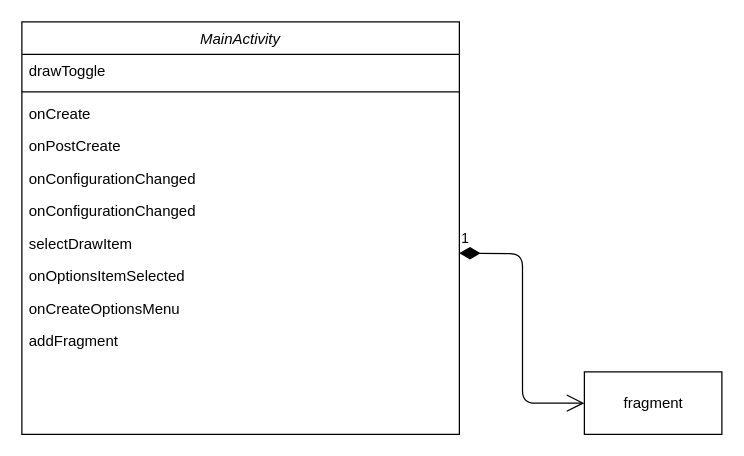
Earlier version of the draw.io diagram main_activity.drawio (obsidianhead/mobile-diagrams). Source tidied: cells renumbered, new cells numbered last; positions are measured from the earlier drawing's top-left corner, leaving out a move shared by most shapes. Both pictures are drawn from the tidied source at 125%, with x=0, y=0 at pixel (21, 21).
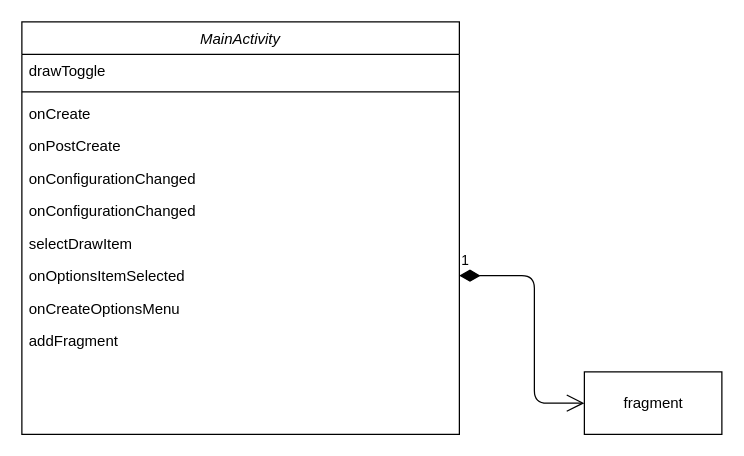
The same page after the edit.

What changed in the source:
```diff
@@
 <mxGraphModel>
   <root>
     <mxCell id="0" />
     <mxCell id="1" parent="0" />
     <mxCell id="2" value="MainActivity" style="swimlane;fontStyle=2;align=center;verticalAlign=top;horizontal=1;startSize=26;rounded=0;shadow=0;strokeWidth=1;" parent="1" vertex="1">
       <mxGeometry width="350" height="330" as="geometry" />
     </mxCell>
     <mxCell id="3" value="drawToggle" style="text;align=left;verticalAlign=top;spacingLeft=4;spacingRight=4;overflow=hidden;" parent="2" vertex="1">
       <mxGeometry y="26" width="350" height="26" as="geometry" />
     </mxCell>
     <mxCell id="4" style="line;html=1;strokeWidth=1;align=left;verticalAlign=middle;spacingTop=-1;spacingLeft=3;spacingRight=3;labelPosition=right;" parent="2" vertex="1">
       <mxGeometry y="52" width="350" height="8" as="geometry" />
     </mxCell>
     <mxCell id="5" value="onCreate" style="text;align=left;verticalAlign=top;spacingLeft=4;spacingRight=4;overflow=hidden;" parent="2" vertex="1">
       <mxGeometry y="60" width="350" height="26" as="geometry" />
     </mxCell>
     <mxCell id="6" value="onPostCreate" style="text;align=left;verticalAlign=top;spacingLeft=4;spacingRight=4;overflow=hidden;" parent="2" vertex="1">
       <mxGeometry y="86" width="350" height="26" as="geometry" />
     </mxCell>
     <mxCell id="7" value="onConfigurationChanged" style="text;align=left;verticalAlign=top;spacingLeft=4;spacingRight=4;overflow=hidden;" parent="2" vertex="1">
       <mxGeometry y="112" width="350" height="26" as="geometry" />
     </mxCell>
     <mxCell id="8" value="onConfigurationChanged" style="text;align=left;verticalAlign=top;spacingLeft=4;spacingRight=4;overflow=hidden;" parent="2" vertex="1">
       <mxGeometry y="138" width="350" height="26" as="geometry" />
     </mxCell>
     <mxCell id="9" value="selectDrawItem" style="text;align=left;verticalAlign=top;spacingLeft=4;spacingRight=4;overflow=hidden;" parent="2" vertex="1">
       <mxGeometry y="164" width="350" height="26" as="geometry" />
     </mxCell>
     <mxCell id="10" value="onOptionsItemSelected" style="text;align=left;verticalAlign=top;spacingLeft=4;spacingRight=4;overflow=hidden;points=[[0,0.5],[1,0.5]];portConstraint=eastwest;" parent="2" vertex="1">
       <mxGeometry y="190" width="350" height="26" as="geometry" />
     </mxCell>
     <mxCell id="11" value="onCreateOptionsMenu" style="text;align=left;verticalAlign=top;spacingLeft=4;spacingRight=4;overflow=hidden;" parent="2" vertex="1">
       <mxGeometry y="216" width="350" height="26" as="geometry" />
     </mxCell>
     <mxCell id="12" value="addFragment" style="text;align=left;verticalAlign=top;spacingLeft=4;spacingRight=4;overflow=hidden;" parent="2" vertex="1">
       <mxGeometry y="242" width="350" height="26" as="geometry" />
     </mxCell>
     <mxCell id="13" value="fragment" style="html=1;" parent="1" vertex="1">
       <mxGeometry x="450" y="280" width="110" height="50" as="geometry" />
     </mxCell>
-    <mxCell id="14" value="1" style="endArrow=open;html=1;endSize=12;startArrow=diamondThin;startSize=14;startFill=1;edgeStyle=orthogonalEdgeStyle;align=left;verticalAlign=bottom;entryX=0;entryY=0.5;entryDx=0;entryDy=0;" parent="1" edge="1" target="13">
+    <mxCell id="14" value="1" style="endArrow=open;html=1;endSize=12;startArrow=diamondThin;startSize=14;startFill=1;edgeStyle=orthogonalEdgeStyle;align=left;verticalAlign=bottom;exitX=1;exitY=0.5;exitDx=0;exitDy=0;entryX=0;entryY=0.5;entryDx=0;entryDy=0;" parent="1" edge="1" source="10" target="13">
       <mxGeometry x="-1" y="3" relative="1" as="geometry">
-        <mxPoint x="350" y="185" as="sourcePoint" />
+        <Array as="points">
+          <mxPoint x="410" y="203" />
+          <mxPoint x="410" y="305" />
+        </Array>
       </mxGeometry>
     </mxCell>
   </root>
 </mxGraphModel>
```
